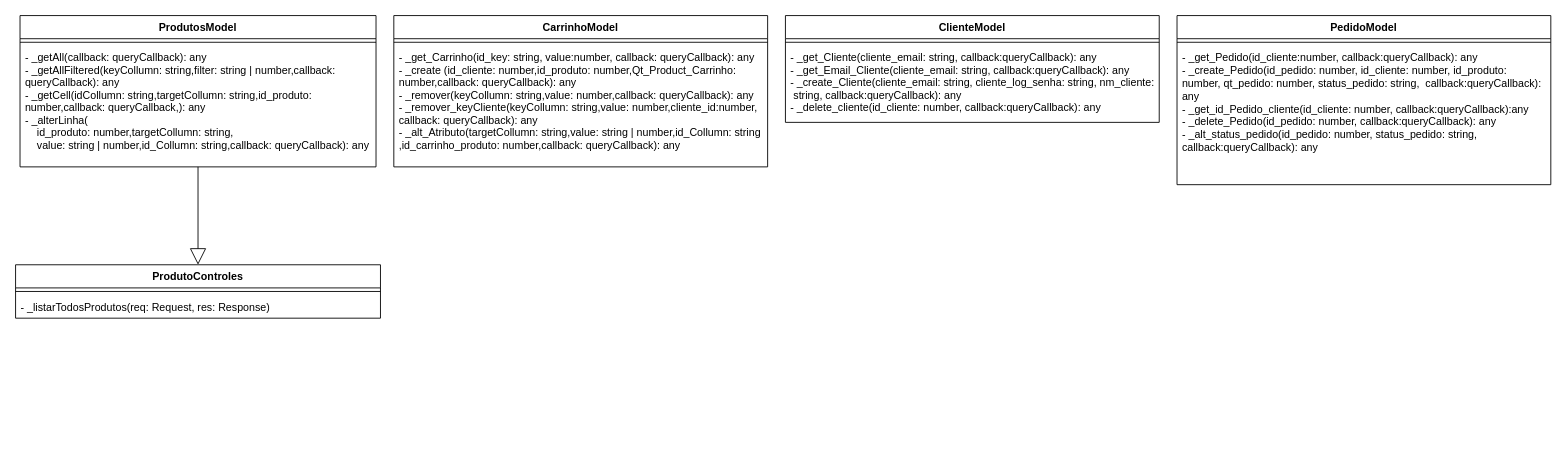
This is modelo_diagrama.drawio from GustavoAndreyIF/Divino-Lanches, a draw.io file, before an edit. Source tidied: cells renumbered, new cells numbered last; positions are measured from the earlier drawing's top-left corner, leaving out a move shared by most shapes. Both pictures are drawn from the tidied source at 89%, with x=0, y=0 at pixel (15, 15).
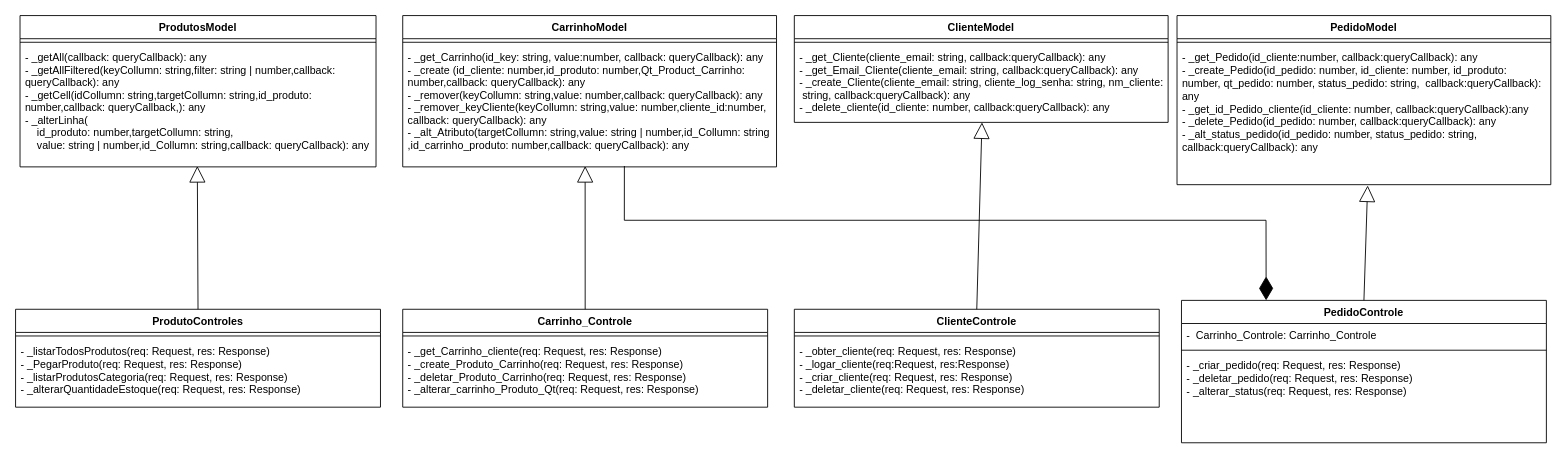
The same diagram, later.

Commit message:
Actualizar modelo_diagrama.drawio (finalização backend)

Unchanged cells that the change refers to:
```xml
<mxCell id="4" value="- _getAll(callback: queryCallback): any&#10;- _getAllFiltered(keyCollumn: string,filter: string | number,callback: &#10;queryCallback): any&#10;- _getCell(idCollumn: string,targetCollumn: string,id_produto: &#10;number,callback: queryCallback,): any&#10;- _alterLinha(&#10;    id_produto: number,targetCollumn: string,&#10;    value: string | number,id_Collumn: string,callback: queryCallback): any" style="text;align=left;verticalAlign=top;spacingLeft=4;spacingRight=4;overflow=hidden;points=[[0,0.5],[1,0.5]];portConstraint=eastwest;fontStyle=0;" parent="2" vertex="1">
  <mxGeometry y="34" width="400" height="136" as="geometry" />
</mxCell>
<mxCell id="7" value="- _get_Carrinho(id_key: string, value:number, callback: queryCallback): any&#10;- _create (id_cliente: number,id_produto: number,Qt_Product_Carrinho: &#10;number,callback: queryCallback): any&#10;- _remover(keyCollumn: string,value: number,callback: queryCallback): any&#10;- _remover_keyCliente(keyCollumn: string,value: number,cliente_id:number,&#10;callback: queryCallback): any&#10;- _alt_Atributo(targetCollumn: string,value: string | number,id_Collumn: string&#10;,id_carrinho_produto: number,callback: queryCallback): any" style="text;align=left;verticalAlign=top;spacingLeft=4;spacingRight=4;overflow=hidden;points=[[0,0.5],[1,0.5]];portConstraint=eastwest;fontStyle=0;" parent="5" vertex="1">
  <mxGeometry y="34" width="420" height="136" as="geometry" />
</mxCell>
<mxCell id="10" value="- _get_Cliente(cliente_email: string, callback:queryCallback): any&#10;- _get_Email_Cliente(cliente_email: string, callback:queryCallback): any&#10;- _create_Cliente(cliente_email: string, cliente_log_senha: string, nm_cliente:&#10; string, callback:queryCallback): any&#10;- _delete_cliente(id_cliente: number, callback:queryCallback): any&#10;" style="text;align=left;verticalAlign=top;spacingLeft=4;spacingRight=4;overflow=hidden;points=[[0,0.5],[1,0.5]];portConstraint=eastwest;fontStyle=0;" parent="8" vertex="1">
  <mxGeometry y="34" width="420" height="86" as="geometry" />
</mxCell>
<mxCell id="13" value="- _get_Pedido(id_cliente:number, callback:queryCallback): any&lt;div&gt;- _create_Pedido(id_pedido: number, id_cliente: number, id_produto: number, qt_pedido: number, status_pedido: string,&amp;nbsp; callback:queryCallback): any&lt;/div&gt;&lt;div&gt;- _get_id_Pedido_cliente(id_cliente: number, callback:queryCallback):any&lt;/div&gt;&lt;div&gt;- _delete_Pedido(id_pedido: number, callback:queryCallback): any&lt;/div&gt;&lt;div&gt;- _alt_status_pedido(id_pedido: number, status_pedido: string, callback:queryCallback): any&lt;/div&gt;" style="text;strokeColor=none;fillColor=none;align=left;verticalAlign=top;spacingLeft=4;spacingRight=4;overflow=hidden;points=[[0,0.5],[1,0.5]];portConstraint=eastwest;whiteSpace=wrap;html=1;" parent="11" vertex="1">
  <mxGeometry y="34" width="420" height="156" as="geometry" />
</mxCell>
```

What changed in the source:
```diff
@@
     <mxCell id="5" value=" CarrinhoModel " style="swimlane;fontStyle=1;align=center;verticalAlign=top;horizontal=1;startSize=26;rounded=0;shadow=0;strokeWidth=1;" parent="1" vertex="1">
-      <mxGeometry x="425" width="420" height="170" as="geometry" />
+      <mxGeometry x="435" width="420" height="170" as="geometry" />
     </mxCell>
@@
     <mxCell id="8" value="ClienteModel" style="swimlane;fontStyle=1;align=center;verticalAlign=top;horizontal=1;startSize=26;rounded=0;shadow=0;strokeWidth=1;" parent="1" vertex="1">
-      <mxGeometry x="865" width="420" height="120" as="geometry" />
+      <mxGeometry x="875" width="420" height="120" as="geometry" />
     </mxCell>
@@
     <mxCell id="14" value="ProdutoControles" style="swimlane;fontStyle=1;align=center;verticalAlign=top;horizontal=1;startSize=26;whiteSpace=wrap;html=1;" parent="1" vertex="1">
-      <mxGeometry y="280" width="410" height="60" as="geometry" />
+      <mxGeometry y="330" width="410" height="110" as="geometry" />
     </mxCell>
@@
-    <mxCell id="16" value="- _listarTodosProdutos(req: Request, res: Response)" style="text;strokeColor=none;fillColor=none;align=left;verticalAlign=top;spacingLeft=4;spacingRight=4;overflow=hidden;whiteSpace=wrap;html=1;" parent="14" vertex="1">
-      <mxGeometry y="34" width="410" height="26" as="geometry" />
+    <mxCell id="16" value="- _listarTodosProdutos(req: Request, res: Response)&lt;div&gt;- _PegarProduto(req: Request, res: Response)&lt;/div&gt;&lt;div&gt;- _listarProdutosCategoria(req: Request, res: Response)&lt;/div&gt;&lt;div&gt;- _alterarQuantidadeEstoque(req: Request, res: Response)&lt;/div&gt;" style="text;strokeColor=none;fillColor=none;align=left;verticalAlign=top;spacingLeft=4;spacingRight=4;overflow=hidden;whiteSpace=wrap;html=1;" parent="14" vertex="1">
+      <mxGeometry y="34" width="410" height="76" as="geometry" />
     </mxCell>
-    <mxCell id="17" style="endArrow=block;endSize=16;endFill=0;html=1;rounded=0;entryX=0.5;entryY=0;entryDx=0;entryDy=0;" parent="1" edge="1" target="14">
-      <mxGeometry relative="1" as="geometry">
-        <mxPoint x="205" y="170" as="sourcePoint" />
-      </mxGeometry>
+    <mxCell id="17" style="endArrow=block;endSize=16;endFill=0;html=1;rounded=0;exitX=0.5;exitY=0;exitDx=0;exitDy=0;entryX=0.498;entryY=0.993;entryDx=0;entryDy=0;entryPerimeter=0;" parent="1" edge="1" source="14" target="4">
+      <mxGeometry relative="1" as="geometry" />
     </mxCell>
+    <mxCell id="18" value="Carrinho_Controle" style="swimlane;fontStyle=1;align=center;verticalAlign=top;horizontal=1;startSize=26;whiteSpace=wrap;html=1;" parent="1" vertex="1">
+      <mxGeometry x="435" y="330" width="410" height="110" as="geometry" />
+    </mxCell>
+    <mxCell id="19" style="line;strokeWidth=1;fillColor=none;align=left;verticalAlign=middle;spacingTop=-1;spacingLeft=3;spacingRight=3;labelPosition=right;strokeColor=inherit;" parent="18" vertex="1">
+      <mxGeometry y="26" width="410" height="8" as="geometry" />
+    </mxCell>
+    <mxCell id="20" value="- _get_Carrinho_cliente(req: Request, res: Response)&lt;div&gt;- _create_Produto_Carrinho(req: Request, res: Response)&lt;/div&gt;&lt;div&gt;- _deletar_Produto_Carrinho(req: Request, res: Response)&lt;/div&gt;&lt;div&gt;- _alterar_carrinho_Produto_Qt(req: Request, res: Response)&lt;/div&gt;&lt;div&gt;&lt;br&gt;&lt;/div&gt;" style="text;strokeColor=none;fillColor=none;align=left;verticalAlign=top;spacingLeft=4;spacingRight=4;overflow=hidden;whiteSpace=wrap;html=1;" parent="18" vertex="1">
+      <mxGeometry y="34" width="410" height="76" as="geometry" />
+    </mxCell>
+    <mxCell id="21" style="endArrow=block;endSize=16;endFill=0;html=1;rounded=0;exitX=0.5;exitY=0;exitDx=0;exitDy=0;entryX=0.488;entryY=0.993;entryDx=0;entryDy=0;entryPerimeter=0;" parent="1" edge="1" source="18" target="7">
+      <mxGeometry relative="1" as="geometry" />
+    </mxCell>
+    <mxCell id="22" value="ClienteControle" style="swimlane;fontStyle=1;align=center;verticalAlign=top;horizontal=1;startSize=26;whiteSpace=wrap;html=1;" parent="1" vertex="1">
+      <mxGeometry x="875" y="330" width="410" height="110" as="geometry" />
+    </mxCell>
+    <mxCell id="23" style="line;strokeWidth=1;fillColor=none;align=left;verticalAlign=middle;spacingTop=-1;spacingLeft=3;spacingRight=3;labelPosition=right;strokeColor=inherit;" parent="22" vertex="1">
+      <mxGeometry y="26" width="410" height="8" as="geometry" />
+    </mxCell>
+    <mxCell id="24" value="- _obter_cliente(req: Request, res: Response)&lt;div&gt;- _logar_cliente(req:Request, res:Response)&lt;/div&gt;&lt;div&gt;- _criar_cliente(req: Request, res: Response)&lt;/div&gt;&lt;div&gt;- _deletar_cliente(req: Request, res: Response)&lt;/div&gt;&lt;div&gt;&lt;br&gt;&lt;/div&gt;" style="text;strokeColor=none;fillColor=none;align=left;verticalAlign=top;spacingLeft=4;spacingRight=4;overflow=hidden;whiteSpace=wrap;html=1;" parent="22" vertex="1">
+      <mxGeometry y="34" width="410" height="76" as="geometry" />
+    </mxCell>
+    <mxCell id="25" style="endArrow=block;endSize=16;endFill=0;html=1;rounded=0;exitX=0.5;exitY=0;exitDx=0;exitDy=0;entryX=0.502;entryY=1;entryDx=0;entryDy=0;entryPerimeter=0;" parent="1" edge="1" source="22" target="10">
+      <mxGeometry relative="1" as="geometry" />
+    </mxCell>
+    <mxCell id="26" value="PedidoControle" style="swimlane;fontStyle=1;align=center;verticalAlign=top;horizontal=1;startSize=26;whiteSpace=wrap;html=1;" parent="1" vertex="1">
+      <mxGeometry x="1310" y="320" width="410" height="160" as="geometry" />
+    </mxCell>
+    <mxCell id="27" value="-&amp;nbsp; Carrinho_Controle: Carrinho_Controle" style="text;strokeColor=none;fillColor=none;align=left;verticalAlign=top;spacingLeft=4;spacingRight=4;overflow=hidden;whiteSpace=wrap;html=1;" parent="26" vertex="1">
+      <mxGeometry y="26" width="410" height="26" as="geometry" />
+    </mxCell>
+    <mxCell id="28" style="line;strokeWidth=1;fillColor=none;align=left;verticalAlign=middle;spacingTop=-1;spacingLeft=3;spacingRight=3;labelPosition=right;strokeColor=inherit;" parent="26" vertex="1">
+      <mxGeometry y="52" width="410" height="8" as="geometry" />
+    </mxCell>
+    <mxCell id="29" value="- _criar_pedido(req: Request, res: Response)&lt;div&gt;- _deletar_pedido(req: Request, res: Response)&lt;/div&gt;&lt;div&gt;- _alterar_status(req: Request, res: Response)&lt;/div&gt;&lt;div&gt;&lt;br&gt;&lt;/div&gt;" style="text;strokeColor=none;fillColor=none;align=left;verticalAlign=top;spacingLeft=4;spacingRight=4;overflow=hidden;whiteSpace=wrap;html=1;" parent="26" vertex="1">
+      <mxGeometry y="60" width="410" height="100" as="geometry" />
+    </mxCell>
+    <mxCell id="30" style="endArrow=block;endSize=16;endFill=0;html=1;rounded=0;entryX=0.51;entryY=1.006;entryDx=0;entryDy=0;entryPerimeter=0;exitX=0.5;exitY=0;exitDx=0;exitDy=0;" parent="1" edge="1" source="26" target="13">
+      <mxGeometry relative="1" as="geometry" />
+    </mxCell>
+    <mxCell id="31" style="endArrow=diamondThin;endFill=1;endSize=24;html=1;rounded=0;exitX=0.593;exitY=0.993;exitDx=0;exitDy=0;exitPerimeter=0;entryX=0.232;entryY=0;entryDx=0;entryDy=0;entryPerimeter=0;" parent="1" edge="1" source="7" target="26">
+      <mxGeometry relative="1" as="geometry">
+        <Array as="points">
+          <mxPoint x="684" y="230" />
+          <mxPoint x="1405" y="230" />
+        </Array>
+      </mxGeometry>
+    </mxCell>
```
